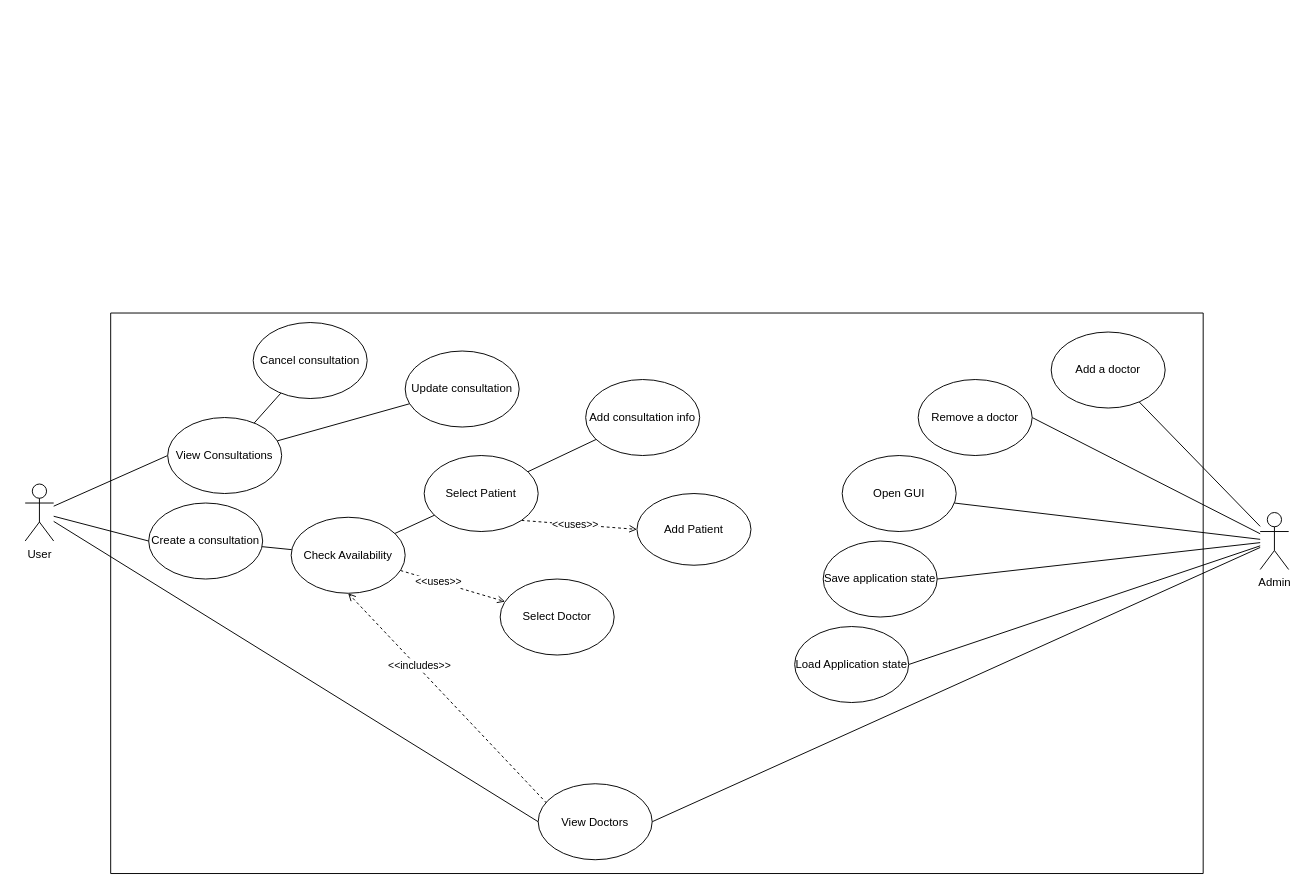
Earlier version of the draw.io diagram page "use case diagram" (1 of 2) of design/Untitled Diagram.drawio (dovh-me/oop-consultationManager). Source tidied: cells renumbered, new cells numbered last; positions are measured from the earlier drawing's top-left corner, leaving out a move shared by most shapes. Both pictures are drawn from the tidied source at 95%, with x=0, y=0 at pixel (25, 313).
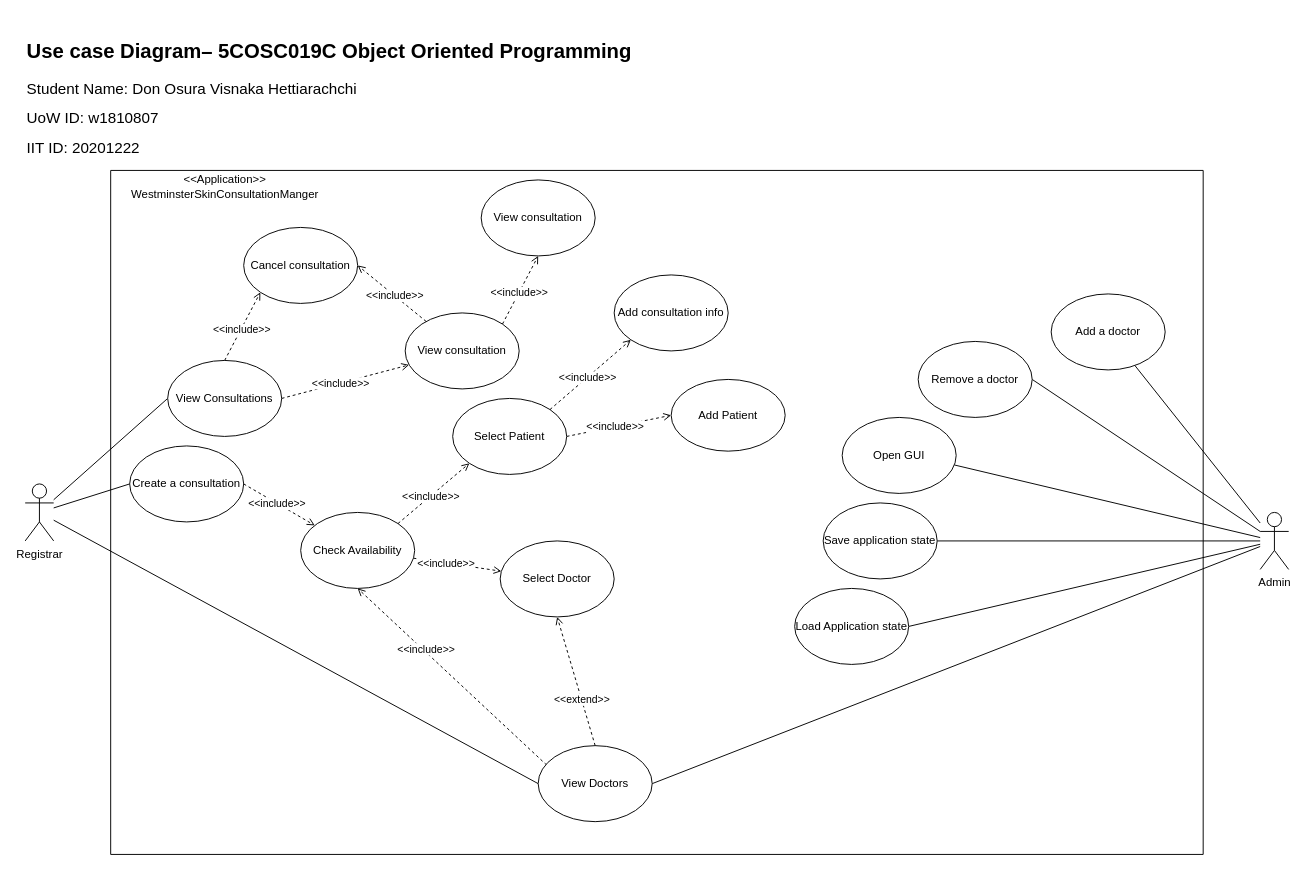
After the change.

Unchanged cells that the change refers to:
```xml
<mxCell id="22" style="rounded=0;jettySize=auto;html=1;dashed=1;endArrow=open;endFill=0;jumpStyle=arc;" parent="13" edge="1" source="24" target="26">
  <mxGeometry relative="1" as="geometry" />
</mxCell>
<mxCell id="27" style="edgeStyle=none;rounded=0;jettySize=auto;html=1;endArrow=open;endFill=0;dashed=1;entryX=0.5;entryY=1;entryDx=0;entryDy=0;exitX=0.075;exitY=0.256;exitDx=0;exitDy=0;exitPerimeter=0;" parent="13" edge="1" source="34" target="24">
  <mxGeometry relative="1" as="geometry" />
</mxCell>
```

What changed in the source:
```diff
@@
-    <mxCell id="5" value="User" style="shape=umlActor;verticalLabelPosition=bottom;verticalAlign=top;html=1;outlineConnect=0;" parent="1" vertex="1">
-      <mxGeometry y="180" width="30" height="60" as="geometry" />
+    <mxCell id="5" value="Registrar" style="shape=umlActor;verticalLabelPosition=bottom;verticalAlign=top;html=1;outlineConnect=0;" parent="1" vertex="1">
+      <mxGeometry y="179.9" width="30" height="60" as="geometry" />
     </mxCell>
@@
     <mxCell id="12" value="Admin" style="shape=umlActor;verticalLabelPosition=bottom;verticalAlign=top;html=1;outlineConnect=0;" parent="1" vertex="1">
-      <mxGeometry x="1300" y="210" width="30" height="60" as="geometry" />
+      <mxGeometry x="1300" y="209.9" width="30" height="60" as="geometry" />
     </mxCell>
     <mxCell id="13" style="swimlane;startSize=0;" parent="1" vertex="1">
-      <mxGeometry x="90" width="1150" height="590" as="geometry" />
+      <mxGeometry x="90" y="-150.1" width="1150" height="720" as="geometry" />
     </mxCell>
-    <mxCell id="14" style="edgeStyle=none;rounded=0;jettySize=auto;html=1;endArrow=none;endFill=0;" parent="13" edge="1" source="15" target="24">
-      <mxGeometry relative="1" as="geometry" />
-    </mxCell>
     <mxCell id="15" value="Create a consultation" style="ellipse;whiteSpace=wrap;html=1;" parent="13" vertex="1">
-      <mxGeometry x="40" y="200" width="120" height="80" as="geometry" />
+      <mxGeometry x="20" y="290" width="120" height="80" as="geometry" />
     </mxCell>
-    <mxCell id="16" style="edgeStyle=none;rounded=0;jettySize=auto;html=1;endArrow=none;endFill=0;" parent="13" edge="1" source="19" target="25">
-      <mxGeometry relative="1" as="geometry" />
-    </mxCell>
-    <mxCell id="17" style="edgeStyle=none;rounded=0;jettySize=auto;html=1;exitX=1;exitY=1;exitDx=0;exitDy=0;dashed=1;endArrow=open;endFill=0;entryX=0;entryY=0.5;entryDx=0;entryDy=0;" parent="13" edge="1" source="19" target="20">
+    <mxCell id="17" style="edgeStyle=none;rounded=0;jettySize=auto;html=1;exitX=1;exitY=0.5;exitDx=0;exitDy=0;dashed=1;endArrow=open;endFill=0;entryX=0;entryY=0.5;entryDx=0;entryDy=0;" parent="13" edge="1" source="19" target="20">
       <mxGeometry relative="1" as="geometry" />
     </mxCell>
-    <mxCell id="18" value="&lt;div&gt;&amp;lt;&amp;lt;uses&amp;gt;&amp;gt;&lt;/div&gt;" style="edgeLabel;html=1;align=center;verticalAlign=middle;" parent="17" vertex="1">
+    <mxCell id="18" value="&amp;lt;&amp;lt;include&amp;gt;&amp;gt;" style="edgeLabel;html=1;align=center;verticalAlign=middle;" parent="17" vertex="1">
       <mxGeometry x="-0.08" relative="1" as="geometry" />
     </mxCell>
     <mxCell id="19" value="Select Patient" style="ellipse;whiteSpace=wrap;html=1;" parent="13" vertex="1">
-      <mxGeometry x="330" y="150" width="120" height="80" as="geometry" />
+      <mxGeometry x="360" y="240" width="120" height="80" as="geometry" />
     </mxCell>
     <mxCell id="20" value="Add Patient" style="ellipse;whiteSpace=wrap;html=1;" parent="13" vertex="1">
-      <mxGeometry x="554" y="190" width="120" height="75.5" as="geometry" />
+      <mxGeometry x="590" y="220" width="120" height="75.5" as="geometry" />
     </mxCell>
-    <mxCell id="21" style="edgeStyle=none;rounded=0;jettySize=auto;html=1;endArrow=none;endFill=0;" parent="13" edge="1" source="24" target="19">
-      <mxGeometry relative="1" as="geometry" />
-    </mxCell>
@@
-    <mxCell id="23" value="&lt;div&gt;&amp;lt;&amp;lt;uses&amp;gt;&amp;gt;&lt;/div&gt;" style="edgeLabel;html=1;align=center;verticalAlign=middle;" parent="22" vertex="1">
+    <mxCell id="23" value="&lt;div&gt;&amp;lt;&amp;lt;include&amp;gt;&amp;gt;&lt;/div&gt;" style="edgeLabel;html=1;align=center;verticalAlign=middle;" parent="22" vertex="1">
       <mxGeometry x="-0.28" relative="1" as="geometry" />
     </mxCell>
     <mxCell id="24" value="Check Availability" style="ellipse;whiteSpace=wrap;html=1;" parent="13" vertex="1">
-      <mxGeometry x="190" y="215" width="120" height="80" as="geometry" />
+      <mxGeometry x="200" y="360" width="120" height="80" as="geometry" />
     </mxCell>
     <mxCell id="25" value="Add consultation info" style="ellipse;whiteSpace=wrap;html=1;" parent="13" vertex="1">
-      <mxGeometry x="500" y="70" width="120" height="80" as="geometry" />
+      <mxGeometry x="530" y="110" width="120" height="80" as="geometry" />
     </mxCell>
     <mxCell id="26" value="Select Doctor" style="ellipse;whiteSpace=wrap;html=1;" parent="13" vertex="1">
-      <mxGeometry x="410" y="280" width="120" height="80" as="geometry" />
+      <mxGeometry x="410" y="390" width="120" height="80" as="geometry" />
     </mxCell>
@@
-    <mxCell id="28" value="&amp;lt;&amp;lt;includes&amp;gt;&amp;gt;" style="edgeLabel;html=1;align=center;verticalAlign=middle;" parent="27" vertex="1">
+    <mxCell id="28" value="&amp;lt;&amp;lt;include&amp;gt;&amp;gt;" style="edgeLabel;html=1;align=center;verticalAlign=middle;" parent="27" vertex="1">
       <mxGeometry x="0.3" y="-2" relative="1" as="geometry" />
     </mxCell>
     <mxCell id="29" value="Add a doctor" style="ellipse;whiteSpace=wrap;html=1;" parent="13" vertex="1">
-      <mxGeometry x="990" y="20" width="120" height="80" as="geometry" />
+      <mxGeometry x="990" y="130" width="120" height="80" as="geometry" />
     </mxCell>
     <mxCell id="30" value="Remove a doctor" style="ellipse;whiteSpace=wrap;html=1;" parent="13" vertex="1">
-      <mxGeometry x="850" y="70" width="120" height="80" as="geometry" />
+      <mxGeometry x="850" y="180" width="120" height="80" as="geometry" />
     </mxCell>
     <mxCell id="31" value="Open GUI" style="ellipse;whiteSpace=wrap;html=1;" parent="13" vertex="1">
-      <mxGeometry x="770" y="150" width="120" height="80" as="geometry" />
+      <mxGeometry x="770" y="260" width="120" height="80" as="geometry" />
     </mxCell>
     <mxCell id="32" value="Save application state" style="ellipse;whiteSpace=wrap;html=1;" parent="13" vertex="1">
-      <mxGeometry x="750" y="240" width="120" height="80" as="geometry" />
+      <mxGeometry x="750" y="350" width="120" height="80" as="geometry" />
     </mxCell>
     <mxCell id="33" value="Load Application state" style="ellipse;whiteSpace=wrap;html=1;" parent="13" vertex="1">
-      <mxGeometry x="720" y="330" width="120" height="80" as="geometry" />
+      <mxGeometry x="720" y="440" width="120" height="80" as="geometry" />
     </mxCell>
     <mxCell id="34" value="View Doctors" style="ellipse;whiteSpace=wrap;html=1;" parent="13" vertex="1">
-      <mxGeometry x="450" y="495.5" width="120" height="80" as="geometry" />
+      <mxGeometry x="450" y="605.5" width="120" height="80" as="geometry" />
     </mxCell>
-    <mxCell id="35" value="Update consultation" style="ellipse;whiteSpace=wrap;html=1;" parent="13" vertex="1">
-      <mxGeometry x="310" y="40" width="120" height="80" as="geometry" />
+    <mxCell id="35" value="View consultation" style="ellipse;whiteSpace=wrap;html=1;" parent="13" vertex="1">
+      <mxGeometry x="310" y="150" width="120" height="80" as="geometry" />
     </mxCell>
     <mxCell id="36" value="Cancel consultation" style="ellipse;whiteSpace=wrap;html=1;" parent="13" vertex="1">
-      <mxGeometry x="150" y="10" width="120" height="80" as="geometry" />
+      <mxGeometry x="140" y="60" width="120" height="80" as="geometry" />
     </mxCell>
+    <mxCell id="39" value="View Consultations" style="ellipse;whiteSpace=wrap;html=1;" parent="13" vertex="1">
+      <mxGeometry x="60" y="200" width="120" height="80" as="geometry" />
+    </mxCell>
+    <mxCell id="40" value="&lt;div&gt;&amp;lt;&amp;lt;Application&amp;gt;&amp;gt;&lt;br&gt;&lt;/div&gt;&lt;div&gt;WestminsterSkinConsultationManger&lt;/div&gt;" style="text;html=1;align=center;verticalAlign=middle;strokeColor=none;fillColor=none;" parent="13" vertex="1">
+      <mxGeometry x="10" y="-2.8" width="220" height="40" as="geometry" />
+    </mxCell>
+    <mxCell id="16" style="edgeStyle=none;rounded=0;jettySize=auto;html=1;dashed=1;endArrow=open;endFill=0;entryX=0;entryY=1;entryDx=0;entryDy=0;exitX=1;exitY=0;exitDx=0;exitDy=0;" parent="13" edge="1" source="19" target="25">
+      <mxGeometry relative="1" as="geometry" />
+    </mxCell>
+    <mxCell id="41" value="&amp;lt;&amp;lt;include&amp;gt;&amp;gt;" style="edgeLabel;html=1;align=center;verticalAlign=middle;" parent="16" vertex="1">
+      <mxGeometry x="-0.08" relative="1" as="geometry" />
+    </mxCell>
+    <mxCell id="21" style="edgeStyle=none;rounded=0;jettySize=auto;html=1;exitX=1;exitY=0;exitDx=0;exitDy=0;dashed=1;endArrow=open;endFill=0;entryX=0;entryY=1;entryDx=0;entryDy=0;" parent="13" edge="1" source="24" target="19">
+      <mxGeometry relative="1" as="geometry" />
+    </mxCell>
+    <mxCell id="42" value="&amp;lt;&amp;lt;include&amp;gt;&amp;gt;" style="edgeLabel;html=1;align=center;verticalAlign=middle;" parent="21" vertex="1">
+      <mxGeometry x="-0.08" relative="1" as="geometry" />
+    </mxCell>
+    <mxCell id="38" style="edgeStyle=none;rounded=0;jettySize=auto;html=1;exitX=1;exitY=0.5;exitDx=0;exitDy=0;dashed=1;endArrow=open;endFill=0;" parent="13" edge="1" source="39" target="35">
+      <mxGeometry relative="1" as="geometry" />
+    </mxCell>
+    <mxCell id="43" value="&amp;lt;&amp;lt;include&amp;gt;&amp;gt;" style="edgeLabel;html=1;align=center;verticalAlign=middle;" parent="38" vertex="1">
+      <mxGeometry x="-0.08" relative="1" as="geometry" />
+    </mxCell>
-    <mxCell id="37" style="edgeStyle=none;rounded=0;jettySize=auto;html=1;endArrow=none;endFill=0;" parent="13" edge="1" source="39" target="36">
+    <mxCell id="37" style="edgeStyle=none;rounded=0;jettySize=auto;html=1;exitX=0.5;exitY=0;exitDx=0;exitDy=0;dashed=1;endArrow=open;endFill=0;entryX=0;entryY=1;entryDx=0;entryDy=0;" parent="13" edge="1" source="39" target="36">
       <mxGeometry relative="1" as="geometry" />
     </mxCell>
-    <mxCell id="38" style="edgeStyle=none;rounded=0;jettySize=auto;html=1;endArrow=none;endFill=0;" parent="13" edge="1" source="39" target="35">
-      <mxGeometry relative="1" as="geometry" />
-    </mxCell>
-    <mxCell id="39" value="View Consultations" style="ellipse;whiteSpace=wrap;html=1;" parent="13" vertex="1">
-      <mxGeometry x="60" y="110" width="120" height="80" as="geometry" />
-    </mxCell>
+    <mxCell id="44" value="&amp;lt;&amp;lt;include&amp;gt;&amp;gt;" style="edgeLabel;html=1;align=center;verticalAlign=middle;" parent="37" vertex="1">
+      <mxGeometry x="-0.08" relative="1" as="geometry" />
+    </mxCell>
+    <mxCell id="14" style="edgeStyle=none;rounded=0;jettySize=auto;html=1;exitX=1;exitY=0.5;exitDx=0;exitDy=0;dashed=1;endArrow=open;endFill=0;" parent="13" edge="1" source="15" target="24">
+      <mxGeometry relative="1" as="geometry" />
+    </mxCell>
+    <mxCell id="45" value="&amp;lt;&amp;lt;include&amp;gt;&amp;gt;" style="edgeLabel;html=1;align=center;verticalAlign=middle;" parent="14" vertex="1">
+      <mxGeometry x="-0.08" relative="1" as="geometry" />
+    </mxCell>
+    <mxCell id="46" style="rounded=0;jettySize=auto;html=1;dashed=1;endArrow=open;endFill=0;jumpStyle=arc;exitX=0.5;exitY=0;exitDx=0;exitDy=0;entryX=0.5;entryY=1;entryDx=0;entryDy=0;" parent="13" edge="1" source="34" target="26">
+      <mxGeometry relative="1" as="geometry" />
+    </mxCell>
+    <mxCell id="47" value="&lt;div&gt;&amp;lt;&amp;lt;extend&amp;gt;&amp;gt;&lt;/div&gt;" style="edgeLabel;html=1;align=center;verticalAlign=middle;" parent="46" vertex="1">
+      <mxGeometry x="-0.28" relative="1" as="geometry" />
+    </mxCell>
+    <mxCell id="48" value="View consultation" style="ellipse;whiteSpace=wrap;html=1;" parent="13" vertex="1">
+      <mxGeometry x="390" y="10" width="120" height="80" as="geometry" />
+    </mxCell>
+    <mxCell id="49" style="edgeStyle=none;rounded=0;jettySize=auto;html=1;exitX=1;exitY=0;exitDx=0;exitDy=0;dashed=1;endArrow=open;endFill=0;entryX=0.5;entryY=1;entryDx=0;entryDy=0;" parent="13" edge="1" source="35" target="48">
+      <mxGeometry relative="1" as="geometry" />
+    </mxCell>
+    <mxCell id="50" value="&amp;lt;&amp;lt;include&amp;gt;&amp;gt;" style="edgeLabel;html=1;align=center;verticalAlign=middle;" parent="49" vertex="1">
+      <mxGeometry x="-0.08" relative="1" as="geometry" />
+    </mxCell>
+    <mxCell id="51" style="edgeStyle=none;rounded=0;jettySize=auto;html=1;dashed=1;endArrow=open;endFill=0;entryX=1;entryY=0.5;entryDx=0;entryDy=0;" parent="13" edge="1" source="35" target="36">
+      <mxGeometry relative="1" as="geometry" />
+    </mxCell>
+    <mxCell id="52" value="&amp;lt;&amp;lt;include&amp;gt;&amp;gt;" style="edgeLabel;html=1;align=center;verticalAlign=middle;" parent="51" vertex="1">
+      <mxGeometry x="-0.08" relative="1" as="geometry" />
+    </mxCell>
+    <mxCell id="53" value="&lt;h1 class=&quot;western&quot;&gt;&lt;font style=&quot;font-size: 16pt&quot; size=&quot;4&quot;&gt;Use case Diagram&lt;/font&gt;&lt;font style=&quot;font-size: 16pt&quot; size=&quot;4&quot;&gt;– 5COSC019C Object Oriented Programming&lt;/font&gt;&lt;/h1&gt;&lt;p style=&quot;margin-bottom: 0in&quot; class=&quot;western&quot;&gt;&lt;font style=&quot;font-size: 12pt&quot; size=&quot;3&quot;&gt;Student Name: Don Osura Visnaka Hettiarachchi&lt;/font&gt;&lt;/p&gt;&lt;p style=&quot;margin-bottom: 0in&quot; class=&quot;western&quot;&gt;&lt;font style=&quot;font-size: 12pt&quot; size=&quot;3&quot;&gt;UoW ID: w1810807 &lt;/font&gt;&lt;br&gt;&lt;/p&gt;&lt;p style=&quot;margin-bottom: 0in&quot; class=&quot;western&quot;&gt;&lt;font style=&quot;font-size: 12pt&quot; size=&quot;3&quot;&gt;IIT ID: 20201222&lt;/font&gt;&lt;/p&gt;" style="text;whiteSpace=wrap;html=1;" parent="1" vertex="1">
+      <mxGeometry y="-312.8" width="653" height="190" as="geometry" />
+    </mxCell>
```
